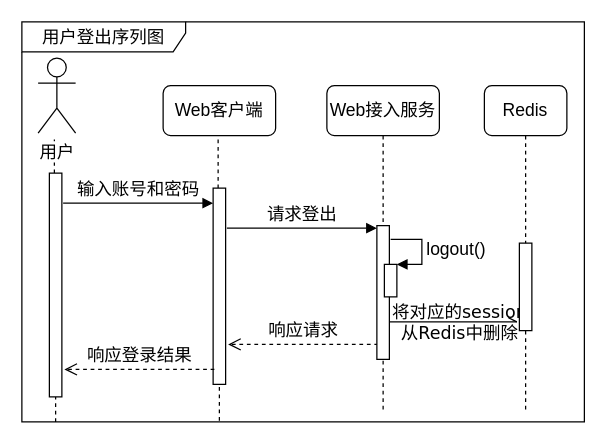
This is IOTManage/sequence-logout.drawio from waterwatermelon/graph, a draw.io file, before an edit. Source tidied: cells renumbered, new cells numbered last; positions are measured from the earlier drawing's top-left corner, leaving out a move shared by most shapes. Both pictures are drawn from the tidied source at 125%, with x=0, y=0 at pixel (21, 21).
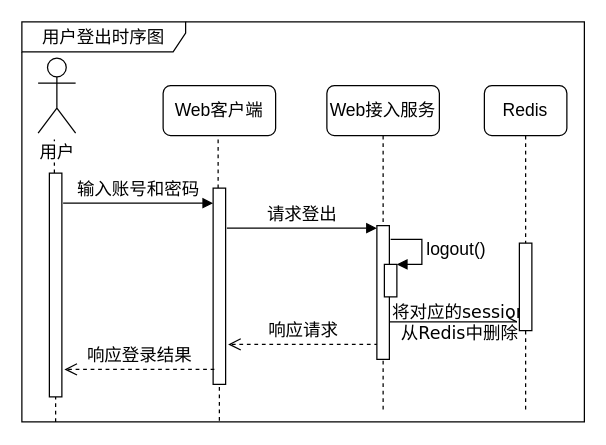
The same page after the edit.

What changed in the source:
```diff
@@
-    <mxCell id="2" value="&lt;font style=&quot;font-size: 14px&quot;&gt;用户登出序列图&lt;/font&gt;" style="shape=umlFrame;whiteSpace=wrap;html=1;width=131;height=24;" parent="1" vertex="1">
+    <mxCell id="2" value="&lt;font style=&quot;font-size: 14px&quot;&gt;用户登出时序图&lt;/font&gt;" style="shape=umlFrame;whiteSpace=wrap;html=1;width=131;height=24;" parent="1" vertex="1">
       <mxGeometry width="450" height="320" as="geometry" />
     </mxCell>
```
